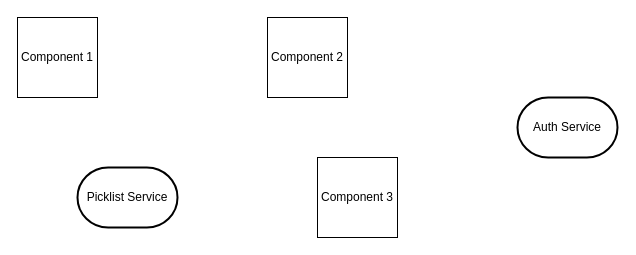
Above: page "Page-2" (2 of 2) of component-data-flow.drawio in randhawagagan/diagrams (draw.io), before the change. Source tidied: cells renumbered, new cells numbered last; positions are measured from the earlier drawing's top-left corner, leaving out a move shared by most shapes. Both pictures are drawn from the tidied source at 100%, with x=0, y=0 at pixel (17, 17).
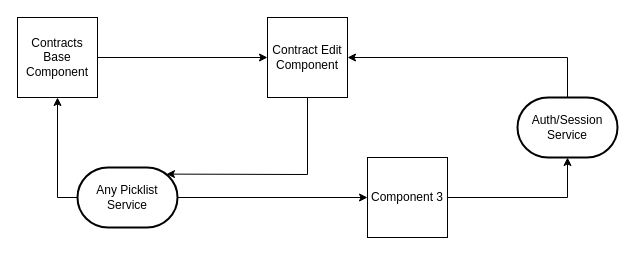
The same diagram, later.

Diff of the diagram source:
```diff
@@
 <mxGraphModel>
   <root>
     <mxCell id="0" />
     <mxCell id="1" parent="0" />
-    <mxCell id="2" value="Component 1" style="whiteSpace=wrap;html=1;" parent="1" vertex="1">
+    <mxCell id="2" value="Contracts Base Component" style="whiteSpace=wrap;html=1;" parent="1" vertex="1">
       <mxGeometry width="80" height="80" as="geometry" />
     </mxCell>
-    <mxCell id="3" value="Component 2" style="whiteSpace=wrap;html=1;" parent="1" vertex="1">
+    <mxCell id="3" value="Contract Edit Component" style="whiteSpace=wrap;html=1;" parent="1" vertex="1">
       <mxGeometry x="250" width="80" height="80" as="geometry" />
     </mxCell>
-    <mxCell id="4" value="Picklist Service" style="strokeWidth=2;html=1;shape=mxgraph.flowchart.terminator;whiteSpace=wrap;" parent="1" vertex="1">
+    <mxCell id="4" value="Any Picklist Service" style="strokeWidth=2;html=1;shape=mxgraph.flowchart.terminator;whiteSpace=wrap;" parent="1" vertex="1">
       <mxGeometry x="60" y="150" width="100" height="60" as="geometry" />
     </mxCell>
     <mxCell id="5" value="Component 3" style="whiteSpace=wrap;html=1;" parent="1" vertex="1">
-      <mxGeometry x="300" y="140" width="80" height="80" as="geometry" />
+      <mxGeometry x="350" y="140" width="80" height="80" as="geometry" />
     </mxCell>
-    <mxCell id="6" value="Auth Service" style="strokeWidth=2;html=1;shape=mxgraph.flowchart.terminator;whiteSpace=wrap;" parent="1" vertex="1">
+    <mxCell id="6" value="Auth/Session Service" style="strokeWidth=2;html=1;shape=mxgraph.flowchart.terminator;whiteSpace=wrap;" parent="1" vertex="1">
       <mxGeometry x="500" y="80" width="100" height="60" as="geometry" />
     </mxCell>
+    <mxCell id="7" style="endArrow=classic;html=1;rounded=0;entryX=0.5;entryY=1;entryDx=0;entryDy=0;exitX=0;exitY=0.5;exitDx=0;exitDy=0;exitPerimeter=0;" parent="1" edge="1" source="4" target="2">
+      <mxGeometry relative="1" as="geometry">
+        <Array as="points">
+          <mxPoint x="40" y="180" />
+        </Array>
+      </mxGeometry>
+    </mxCell>
+    <mxCell id="8" style="endArrow=classic;html=1;rounded=0;entryX=0;entryY=0.5;entryDx=0;entryDy=0;exitX=1;exitY=0.5;exitDx=0;exitDy=0;" parent="1" edge="1" source="2" target="3">
+      <mxGeometry relative="1" as="geometry" />
+    </mxCell>
+    <mxCell id="9" style="endArrow=classic;html=1;rounded=0;exitX=0.5;exitY=1;exitDx=0;exitDy=0;entryX=0.89;entryY=0.11;entryDx=0;entryDy=0;entryPerimeter=0;" parent="1" edge="1" source="3" target="4">
+      <mxGeometry relative="1" as="geometry">
+        <Array as="points">
+          <mxPoint x="290" y="157" />
+        </Array>
+      </mxGeometry>
+    </mxCell>
+    <mxCell id="10" style="endArrow=classic;html=1;rounded=0;exitX=1;exitY=0.5;exitDx=0;exitDy=0;exitPerimeter=0;entryX=0;entryY=0.5;entryDx=0;entryDy=0;" parent="1" edge="1" source="4" target="5">
+      <mxGeometry relative="1" as="geometry" />
+    </mxCell>
+    <mxCell id="11" style="endArrow=classic;html=1;rounded=0;exitX=1;exitY=0.5;exitDx=0;exitDy=0;entryX=0.5;entryY=1;entryDx=0;entryDy=0;entryPerimeter=0;" parent="1" edge="1" source="5" target="6">
+      <mxGeometry relative="1" as="geometry">
+        <Array as="points">
+          <mxPoint x="550" y="180" />
+        </Array>
+      </mxGeometry>
+    </mxCell>
+    <mxCell id="12" style="endArrow=classic;html=1;rounded=0;entryX=1;entryY=0.5;entryDx=0;entryDy=0;exitX=0.5;exitY=0;exitDx=0;exitDy=0;exitPerimeter=0;" parent="1" edge="1" source="6" target="3">
+      <mxGeometry relative="1" as="geometry">
+        <Array as="points">
+          <mxPoint x="550" y="40" />
+        </Array>
+      </mxGeometry>
+    </mxCell>
   </root>
 </mxGraphModel>
```
